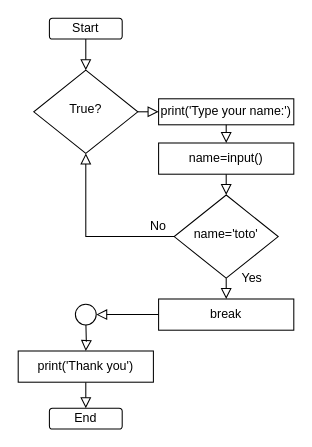
The draw.io diagram Lecture02/flowchart_while_break.drawio in kuntoto/01204111_CPExx, before the edit. Source tidied: cells renumbered, new cells numbered last; positions are measured from the earlier drawing's top-left corner, leaving out a move shared by most shapes. Both pictures are drawn from the tidied source at 104%, with x=0, y=0 at pixel (18, 18).
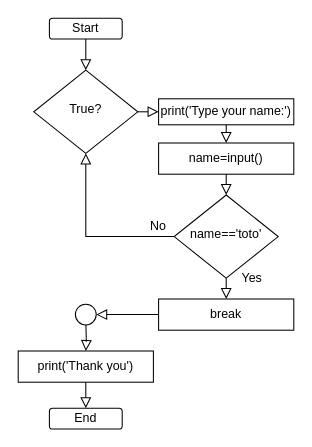
The same diagram, later.

The edit, as a diff of the source:
```diff
@@
-    <mxCell id="7" value="name='toto'" style="rhombus;whiteSpace=wrap;html=1;shadow=0;fontFamily=Helvetica;fontSize=12;align=center;strokeWidth=1;spacing=6;spacingTop=-4;" parent="1" vertex="1">
+    <mxCell id="7" value="name=='toto'" style="rhombus;whiteSpace=wrap;html=1;shadow=0;fontFamily=Helvetica;fontSize=12;align=center;strokeWidth=1;spacing=6;spacingTop=-4;" parent="1" vertex="1">
       <mxGeometry x="150" y="170" width="100" height="80" as="geometry" />
     </mxCell>
```
